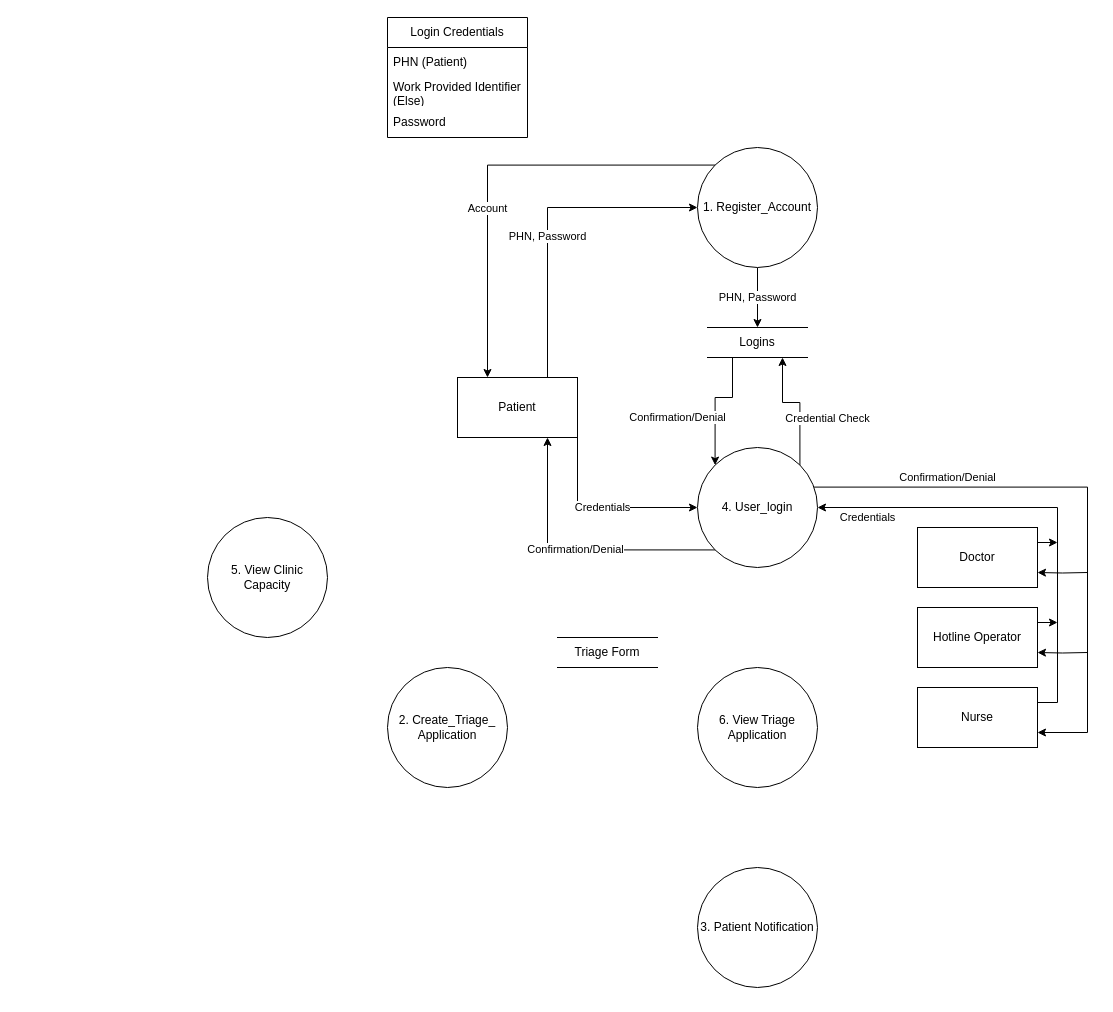
Earlier version of the draw.io diagram Milestone2/Diagrams/DFD1.drawio (SENG-350-2024-fall/Team5). Source tidied: cells renumbered, new cells numbered last; positions are measured from the earlier drawing's top-left corner, leaving out a move shared by most shapes. Both pictures are drawn from the tidied source at 100%, with x=0, y=0 at pixel (207, 17).
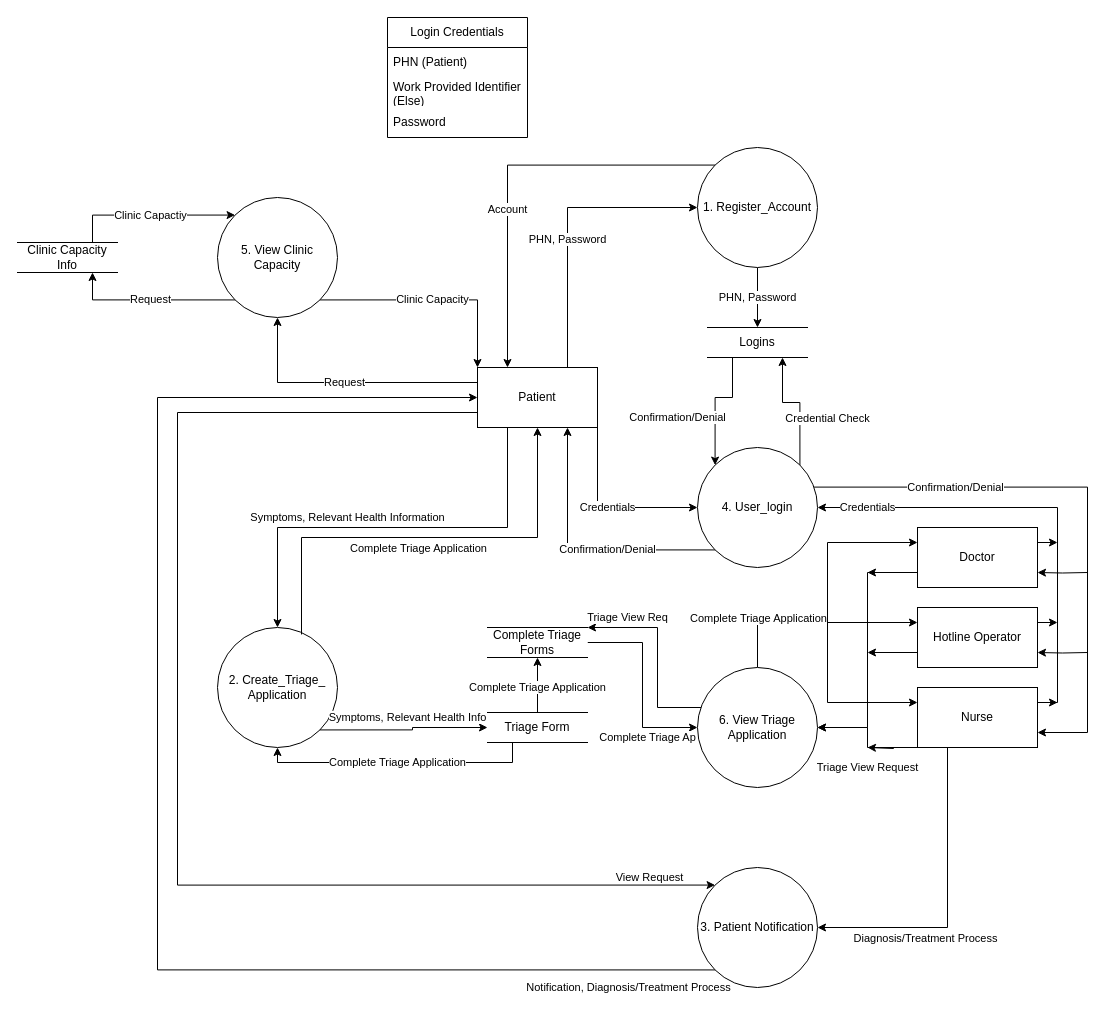
After the change.

Unchanged cells that the change refers to:
```xml
<mxCell id="13" value="4. User_login" style="ellipse;whiteSpace=wrap;html=1;points=[[0,0,0,0,0],[0,0.5,0,0,0],[0,1,0,0,0],[0.5,0,0,0,0],[0.5,1,0,0,0],[0.97,0.33,0,0,0],[1,0.5,0,0,0],[1,1,0,0,0]];" parent="1" vertex="1">
  <mxGeometry x="490" y="430" width="120" height="120" as="geometry" />
</mxCell>
<mxCell id="20" value="Doctor" style="rounded=0;whiteSpace=wrap;html=1;" parent="1" vertex="1">
  <mxGeometry x="710" y="510" width="120" height="60" as="geometry" />
</mxCell>
<mxCell id="22" value="3. Patient Notification" style="ellipse;whiteSpace=wrap;html=1;" parent="1" vertex="1">
  <mxGeometry x="490" y="850" width="120" height="120" as="geometry" />
</mxCell>
<mxCell id="24" value="6. View Triage Application" style="ellipse;whiteSpace=wrap;html=1;" parent="1" vertex="1">
  <mxGeometry x="490" y="650" width="120" height="120" as="geometry" />
</mxCell>
<mxCell id="26" value="Nurse" style="rounded=0;whiteSpace=wrap;html=1;" parent="1" vertex="1">
  <mxGeometry x="710" y="670" width="120" height="60" as="geometry" />
</mxCell>
<mxCell id="29" value="Hotline Operator" style="rounded=0;whiteSpace=wrap;html=1;" parent="1" vertex="1">
  <mxGeometry x="710" y="590" width="120" height="60" as="geometry" />
</mxCell>
```

What changed in the source:
```diff
@@
+    <mxCell id="31" value="Symptoms, Relevant Health Information" style="edgeStyle=orthogonalEdgeStyle;rounded=0;jettySize=auto;html=1;exitX=0.25;exitY=1;exitDx=0;exitDy=0;entryX=0.5;entryY=0;entryDx=0;entryDy=0;" parent="1" edge="1" source="4" target="21">
+      <mxGeometry x="0.21" y="-10" relative="1" as="geometry" />
+    </mxCell>
+    <mxCell id="32" value="View Request" style="edgeStyle=orthogonalEdgeStyle;rounded=0;jettySize=auto;html=1;exitX=0;exitY=0.75;exitDx=0;exitDy=0;entryX=0;entryY=0;entryDx=0;entryDy=0;" parent="1" edge="1" source="4" target="22">
+      <mxGeometry x="0.9" y="8" relative="1" as="geometry">
+        <Array as="points">
+          <mxPoint x="-30" y="395" />
+          <mxPoint x="-30" y="868" />
+        </Array>
+      </mxGeometry>
+    </mxCell>
+    <mxCell id="33" value="Request" style="edgeStyle=orthogonalEdgeStyle;rounded=0;jettySize=auto;html=1;exitX=0;exitY=0.25;exitDx=0;exitDy=0;entryX=0.5;entryY=1;entryDx=0;entryDy=0;" parent="1" edge="1" source="4" target="23">
+      <mxGeometry relative="1" as="geometry" />
+    </mxCell>
     <mxCell id="4" value="Patient" style="rounded=0;whiteSpace=wrap;html=1;" parent="1" vertex="1">
-      <mxGeometry x="250" y="360" width="120" height="60" as="geometry" />
+      <mxGeometry x="270" y="350" width="120" height="60" as="geometry" />
     </mxCell>
@@
     <mxCell id="11" value="Confirmation/Denial" style="edgeStyle=orthogonalEdgeStyle;rounded=0;jettySize=auto;html=1;exitX=0;exitY=1;exitDx=0;exitDy=0;entryX=0.75;entryY=1;entryDx=0;entryDy=0;" parent="1" edge="1" source="13" target="4">
-      <mxGeometry relative="1" as="geometry" />
+      <mxGeometry x="-0.2" relative="1" as="geometry" />
     </mxCell>
     <mxCell id="12" value="Confirmation/Denial" style="edgeStyle=orthogonalEdgeStyle;rounded=0;jettySize=auto;html=1;exitX=0.97;exitY=0.33;exitDx=0;exitDy=0;exitPerimeter=0;entryX=1;entryY=0.75;entryDx=0;entryDy=0;" parent="1" edge="1" source="13" target="26">
-      <mxGeometry x="-0.53" y="10" relative="1" as="geometry">
+      <mxGeometry x="-0.5" relative="1" as="geometry">
         <Array as="points">
           <mxPoint x="880" y="470" />
           <mxPoint x="880" y="715" />
         </Array>
       </mxGeometry>
     </mxCell>
@@
+    <mxCell id="34" style="edgeStyle=orthogonalEdgeStyle;rounded=0;jettySize=auto;html=1;exitX=0;exitY=0.25;exitDx=0;exitDy=0;entryX=0;entryY=0.25;entryDx=0;entryDy=0;" parent="1" edge="1" target="20">
+      <mxGeometry relative="1" as="geometry">
+        <mxPoint x="620" y="610" as="sourcePoint" />
+        <Array as="points">
+          <mxPoint x="620" y="525" />
+        </Array>
+      </mxGeometry>
+    </mxCell>
+    <mxCell id="35" style="edgeStyle=orthogonalEdgeStyle;rounded=0;jettySize=auto;html=1;exitX=0;exitY=0.75;exitDx=0;exitDy=0;" parent="1" edge="1" source="20">
+      <mxGeometry relative="1" as="geometry">
+        <mxPoint x="660" y="555" as="targetPoint" />
+      </mxGeometry>
+    </mxCell>
@@
     <mxCell id="21" value="2. Create_Triage_ Application" style="ellipse;whiteSpace=wrap;html=1;" parent="1" vertex="1">
-      <mxGeometry x="180" y="650" width="120" height="120" as="geometry" />
+      <mxGeometry x="10" y="610" width="120" height="120" as="geometry" />
     </mxCell>
+    <mxCell id="36" value="Notification, Diagnosis/Treatment Process" style="edgeStyle=orthogonalEdgeStyle;rounded=0;jettySize=auto;html=1;exitX=0;exitY=1;exitDx=0;exitDy=0;entryX=0;entryY=0.5;entryDx=0;entryDy=0;" parent="1" edge="1" source="22" target="4">
+      <mxGeometry x="-0.88" y="18" relative="1" as="geometry">
+        <Array as="points">
+          <mxPoint x="-50" y="952" />
+          <mxPoint x="-50" y="380" />
+        </Array>
+      </mxGeometry>
+    </mxCell>
@@
+    <mxCell id="37" value="Clinic Capacity" style="edgeStyle=orthogonalEdgeStyle;rounded=0;jettySize=auto;html=1;exitX=1;exitY=1;exitDx=0;exitDy=0;entryX=0;entryY=0;entryDx=0;entryDy=0;" parent="1" edge="1" source="23" target="4">
+      <mxGeometry relative="1" as="geometry" />
+    </mxCell>
+    <mxCell id="38" value="Request" style="edgeStyle=orthogonalEdgeStyle;rounded=0;jettySize=auto;html=1;exitX=0;exitY=1;exitDx=0;exitDy=0;entryX=0.75;entryY=1;entryDx=0;entryDy=0;" parent="1" edge="1" source="23" target="58">
+      <mxGeometry relative="1" as="geometry">
+        <Array as="points">
+          <mxPoint x="-115" y="282" />
+        </Array>
+      </mxGeometry>
+    </mxCell>
+    <mxCell id="39" value="Clinic Capactiy" style="edgeStyle=orthogonalEdgeStyle;rounded=0;jettySize=auto;html=1;exitX=0.75;exitY=0;exitDx=0;exitDy=0;entryX=0;entryY=0;entryDx=0;entryDy=0;" parent="1" edge="1" source="58" target="23">
+      <mxGeometry relative="1" as="geometry" />
+    </mxCell>
     <mxCell id="23" value="5. View Clinic Capacity" style="ellipse;whiteSpace=wrap;html=1;" parent="1" vertex="1">
-      <mxGeometry y="500" width="120" height="120" as="geometry" />
+      <mxGeometry x="10" y="180" width="120" height="120" as="geometry" />
     </mxCell>
+    <mxCell id="40" style="edgeStyle=orthogonalEdgeStyle;rounded=0;jettySize=auto;html=1;exitX=0.5;exitY=0;exitDx=0;exitDy=0;entryX=0;entryY=0.25;entryDx=0;entryDy=0;" parent="1" edge="1" source="24" target="29">
+      <mxGeometry relative="1" as="geometry" />
+    </mxCell>
+    <mxCell id="41" value="Complete Triage Application" style="edgeLabel;html=1;align=center;verticalAlign=middle;" parent="40" vertex="1">
+      <mxGeometry x="-0.45" y="1" relative="1" as="geometry">
+        <mxPoint x="-11" y="-4" as="offset" />
+      </mxGeometry>
+    </mxCell>
+    <mxCell id="42" style="edgeStyle=orthogonalEdgeStyle;rounded=0;jettySize=auto;html=1;exitX=0;exitY=0.75;exitDx=0;exitDy=0;entryX=1;entryY=0.5;entryDx=0;entryDy=0;" parent="1" edge="1" source="20" target="24">
+      <mxGeometry relative="1" as="geometry" />
+    </mxCell>
+    <mxCell id="43" value="Triage View Req" style="edgeStyle=orthogonalEdgeStyle;rounded=0;jettySize=auto;html=1;exitX=0;exitY=0;exitDx=0;exitDy=0;entryX=1;entryY=0;entryDx=0;entryDy=0;" parent="1" edge="1" source="24" target="57">
+      <mxGeometry x="0.65" y="-10" relative="1" as="geometry">
+        <Array as="points">
+          <mxPoint x="508" y="690" />
+          <mxPoint x="450" y="690" />
+          <mxPoint x="450" y="610" />
+        </Array>
+      </mxGeometry>
+    </mxCell>
@@
     <mxCell id="25" value="Credentials" style="edgeStyle=orthogonalEdgeStyle;rounded=0;jettySize=auto;html=1;exitX=1;exitY=0.25;exitDx=0;exitDy=0;entryX=1;entryY=0.5;entryDx=0;entryDy=0;" parent="1" edge="1" source="26" target="13">
-      <mxGeometry x="0.78" y="10" relative="1" as="geometry" />
+      <mxGeometry x="0.78" relative="1" as="geometry" />
     </mxCell>
+    <mxCell id="44" style="edgeStyle=orthogonalEdgeStyle;rounded=0;jettySize=auto;html=1;exitX=0;exitY=0.25;exitDx=0;exitDy=0;entryX=0;entryY=0.25;entryDx=0;entryDy=0;" parent="1" edge="1" target="26">
+      <mxGeometry relative="1" as="geometry">
+        <mxPoint x="620" y="600" as="sourcePoint" />
+        <Array as="points">
+          <mxPoint x="620" y="685" />
+        </Array>
+      </mxGeometry>
+    </mxCell>
+    <mxCell id="45" value="Triage View Request" style="edgeStyle=orthogonalEdgeStyle;rounded=0;jettySize=auto;html=1;exitX=0;exitY=0.75;exitDx=0;exitDy=0;entryX=1;entryY=0.5;entryDx=0;entryDy=0;" parent="1" edge="1" source="26" target="24">
+      <mxGeometry x="-0.04" y="-20" relative="1" as="geometry">
+        <Array as="points">
+          <mxPoint x="710" y="730" />
+          <mxPoint x="660" y="730" />
+          <mxPoint x="660" y="710" />
+        </Array>
+        <mxPoint x="-20" y="20" as="offset" />
+      </mxGeometry>
+    </mxCell>
+    <mxCell id="46" style="edgeStyle=orthogonalEdgeStyle;rounded=0;jettySize=auto;html=1;exitX=1;exitY=0.25;exitDx=0;exitDy=0;" parent="1" edge="1" source="26">
+      <mxGeometry relative="1" as="geometry">
+        <mxPoint x="850" y="685" as="targetPoint" />
+      </mxGeometry>
+    </mxCell>
+    <mxCell id="47" style="edgeStyle=orthogonalEdgeStyle;rounded=0;jettySize=auto;html=1;exitX=0;exitY=1;exitDx=0;exitDy=0;" parent="1" edge="1" source="26">
+      <mxGeometry relative="1" as="geometry">
+        <mxPoint x="660" y="730" as="targetPoint" />
+        <Array as="points">
+          <mxPoint x="686" y="730" />
+          <mxPoint x="686" y="731" />
+        </Array>
+      </mxGeometry>
+    </mxCell>
+    <mxCell id="48" style="edgeStyle=orthogonalEdgeStyle;rounded=0;jettySize=auto;html=1;exitX=0.25;exitY=1;exitDx=0;exitDy=0;entryX=1;entryY=0.5;entryDx=0;entryDy=0;" parent="1" edge="1" source="26" target="22">
+      <mxGeometry relative="1" as="geometry" />
+    </mxCell>
+    <mxCell id="49" value="Diagnosis/Treatment Process" style="edgeLabel;html=1;align=center;verticalAlign=middle;" parent="48" vertex="1">
+      <mxGeometry x="0.31" y="1" relative="1" as="geometry">
+        <mxPoint y="9" as="offset" />
+      </mxGeometry>
+    </mxCell>
@@
+    <mxCell id="50" style="edgeStyle=orthogonalEdgeStyle;rounded=0;jettySize=auto;html=1;exitX=0;exitY=0.75;exitDx=0;exitDy=0;" parent="1" edge="1" source="29">
+      <mxGeometry relative="1" as="geometry">
+        <mxPoint x="660" y="635" as="targetPoint" />
+      </mxGeometry>
+    </mxCell>
@@
+    <mxCell id="51" value="Complete Triage Application" style="edgeStyle=orthogonalEdgeStyle;rounded=0;jettySize=auto;html=1;exitX=0.5;exitY=0;exitDx=0;exitDy=0;entryX=0.5;entryY=1;entryDx=0;entryDy=0;" parent="1" edge="1" source="30" target="57">
+      <mxGeometry x="-0.09" relative="1" as="geometry" />
+    </mxCell>
+    <mxCell id="52" value="Complete Triage Application" style="edgeStyle=orthogonalEdgeStyle;rounded=0;jettySize=auto;html=1;exitX=0.25;exitY=1;exitDx=0;exitDy=0;entryX=0.5;entryY=1;entryDx=0;entryDy=0;" parent="1" edge="1" source="30" target="21">
+      <mxGeometry relative="1" as="geometry" />
+    </mxCell>
     <mxCell id="30" value="Triage Form" style="html=1;dashed=0;whiteSpace=wrap;shape=partialRectangle;right=0;left=0;" parent="1" vertex="1">
-      <mxGeometry x="350" y="620" width="100" height="30" as="geometry" />
+      <mxGeometry x="280" y="695" width="100" height="30" as="geometry" />
     </mxCell>
+    <mxCell id="53" value="Symptoms, Relevant Health Info" style="edgeStyle=orthogonalEdgeStyle;rounded=0;jettySize=auto;html=1;exitX=1;exitY=1;exitDx=0;exitDy=0;entryX=0;entryY=0.5;entryDx=0;entryDy=0;" parent="1" edge="1" source="21" target="30">
+      <mxGeometry x="0.12" y="11" relative="1" as="geometry">
+        <mxPoint x="-5" y="1" as="offset" />
+      </mxGeometry>
+    </mxCell>
+    <mxCell id="54" style="edgeStyle=orthogonalEdgeStyle;rounded=0;jettySize=auto;html=1;exitX=0.7;exitY=0.058;exitDx=0;exitDy=0;entryX=0.5;entryY=1;entryDx=0;entryDy=0;exitPerimeter=0;" parent="1" edge="1" source="21" target="4">
+      <mxGeometry relative="1" as="geometry">
+        <Array as="points">
+          <mxPoint x="94" y="520" />
+          <mxPoint x="330" y="520" />
+        </Array>
+      </mxGeometry>
+    </mxCell>
+    <mxCell id="55" value="Complete Triage Application" style="edgeLabel;html=1;align=center;verticalAlign=middle;" parent="1" vertex="1">
+      <mxGeometry x="560" y="600" as="geometry">
+        <mxPoint x="-350" y="-70" as="offset" />
+      </mxGeometry>
+    </mxCell>
+    <mxCell id="56" value="Complete Triage Ap" style="edgeStyle=orthogonalEdgeStyle;rounded=0;jettySize=auto;html=1;exitX=1;exitY=0.5;exitDx=0;exitDy=0;entryX=0;entryY=0.5;entryDx=0;entryDy=0;" parent="1" edge="1" source="57" target="24">
+      <mxGeometry x="0.49" y="-10" relative="1" as="geometry" />
+    </mxCell>
+    <mxCell id="57" value="Complete Triage Forms" style="html=1;dashed=0;whiteSpace=wrap;shape=partialRectangle;right=0;left=0;" parent="1" vertex="1">
+      <mxGeometry x="280" y="610" width="100" height="30" as="geometry" />
+    </mxCell>
+    <mxCell id="58" value="Clinic Capacity Info" style="html=1;dashed=0;whiteSpace=wrap;shape=partialRectangle;right=0;left=0;" parent="1" vertex="1">
+      <mxGeometry x="-190" y="225" width="100" height="30" as="geometry" />
+    </mxCell>
```
